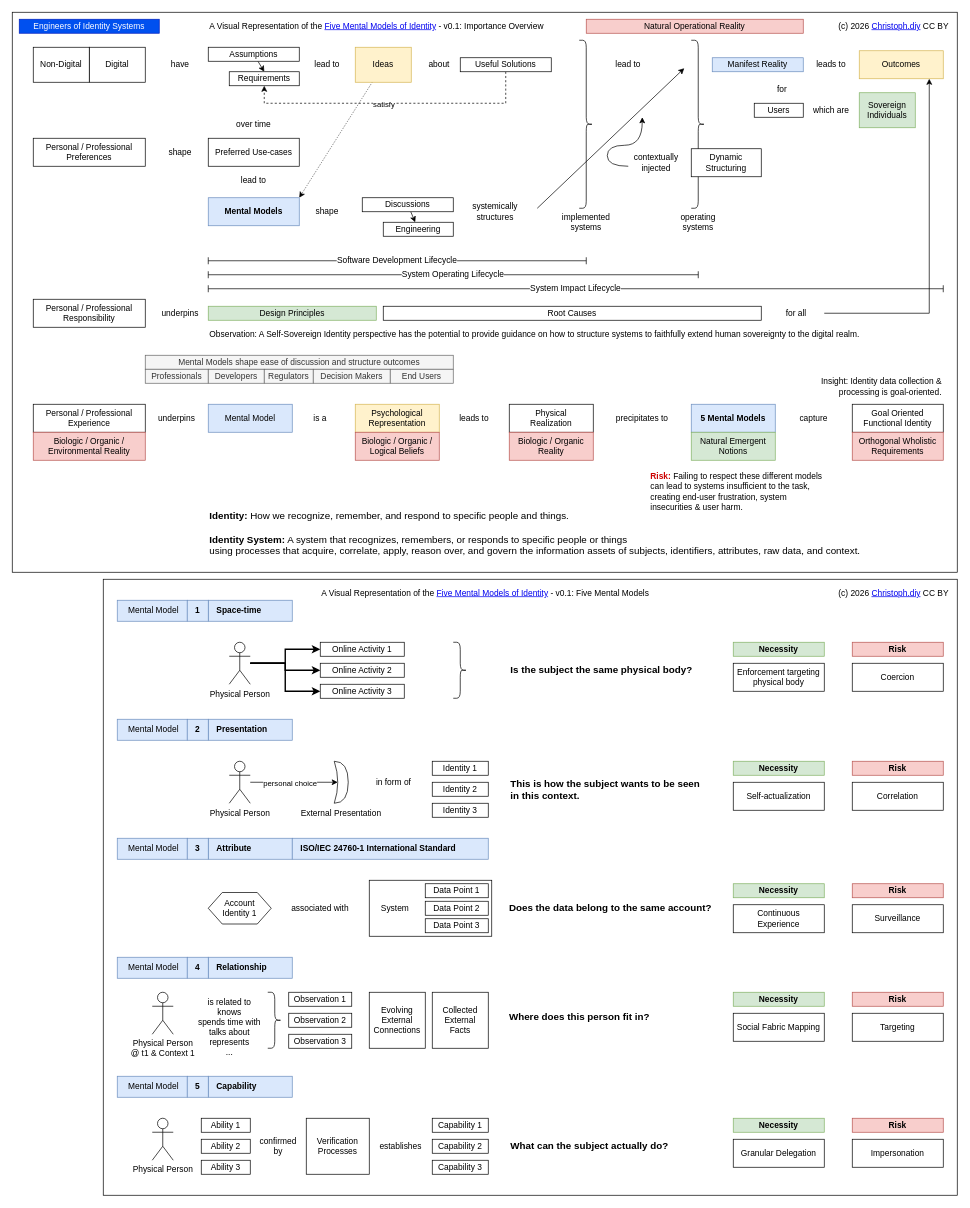
Before: packages/2026-RevisitingSSI/docs/Five Mental Models of Identity.drawio in Stream44/SovereignSubstrate, a draw.io diagram. Source tidied: cells renumbered, new cells numbered last; positions are measured from the earlier drawing's top-left corner, leaving out a move shared by most shapes. Both pictures are drawn from the tidied source at 70%, with x=0, y=0 at pixel (12, 12).
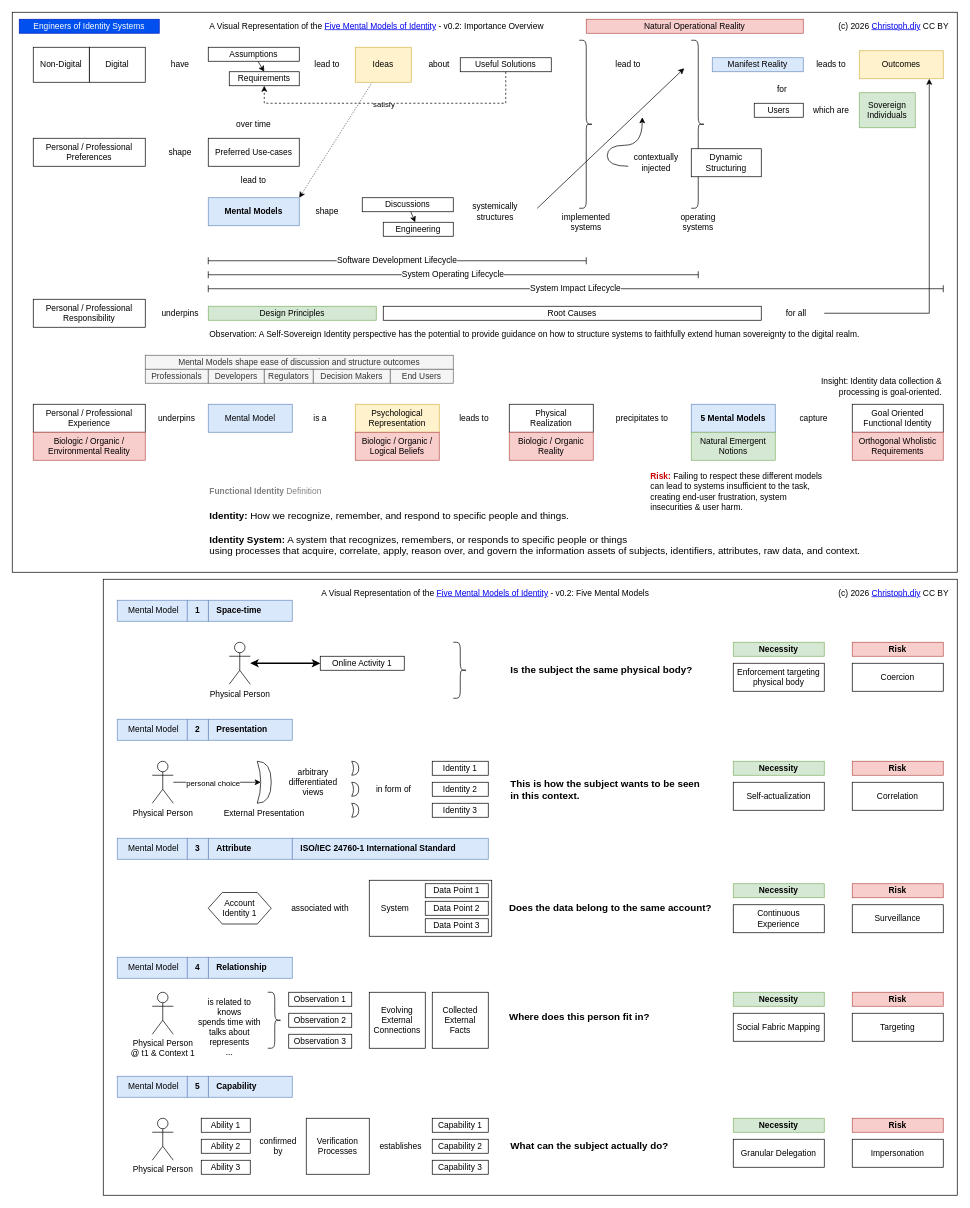
The same page after the edit.

The change refers to these unchanged cells:
```xml
<mxCell id="99" value="Physical Person" style="shape=umlActor;verticalLabelPosition=bottom;verticalAlign=top;html=1;outlineConnect=0;" parent="1" vertex="1">
  <mxGeometry x="310" y="900" width="30" height="60" as="geometry" />
</mxCell>
```

What changed in the source:
```diff
@@
-    <mxCell id="96" style="edgeStyle=orthogonalEdgeStyle;rounded=0;jettySize=auto;html=1;strokeWidth=2;" parent="1" edge="1" source="99" target="100">
+    <mxCell id="96" style="edgeStyle=orthogonalEdgeStyle;rounded=0;jettySize=auto;html=1;strokeWidth=2;startArrow=classic;startFill=1;" parent="1" edge="1" source="99" target="100">
       <mxGeometry relative="1" as="geometry" />
     </mxCell>
-    <mxCell id="97" style="edgeStyle=orthogonalEdgeStyle;rounded=0;jettySize=auto;html=1;strokeWidth=2;" parent="1" edge="1" source="99" target="101">
-      <mxGeometry relative="1" as="geometry" />
-    </mxCell>
-    <mxCell id="98" style="edgeStyle=orthogonalEdgeStyle;rounded=0;jettySize=auto;html=1;strokeWidth=2;" parent="1" edge="1" source="99" target="102">
-      <mxGeometry relative="1" as="geometry" />
-    </mxCell>
@@
     <mxCell id="100" value="Online Activity 1" style="rounded=0;whiteSpace=wrap;html=1;" parent="1" vertex="1">
-      <mxGeometry x="440" y="900" width="120" height="20" as="geometry" />
+      <mxGeometry x="440" y="920" width="120" height="20" as="geometry" />
     </mxCell>
-    <mxCell id="101" value="Online Activity 2" style="rounded=0;whiteSpace=wrap;html=1;" parent="1" vertex="1">
-      <mxGeometry x="440" y="930" width="120" height="20" as="geometry" />
-    </mxCell>
-    <mxCell id="102" value="Online Activity 3" style="rounded=0;whiteSpace=wrap;html=1;" parent="1" vertex="1">
-      <mxGeometry x="440" y="960" width="120" height="20" as="geometry" />
-    </mxCell>
@@
     <mxCell id="109" value="Physical Person" style="shape=umlActor;verticalLabelPosition=bottom;verticalAlign=top;html=1;outlineConnect=0;" parent="1" vertex="1">
-      <mxGeometry x="310" y="1070" width="30" height="60" as="geometry" />
+      <mxGeometry x="200" y="1070" width="30" height="60" as="geometry" />
     </mxCell>
     <mxCell id="110" style="shape=xor;whiteSpace=wrap;html=1;" parent="1" vertex="1">
-      <mxGeometry x="460" y="1070" width="20" height="60" as="geometry" />
+      <mxGeometry x="350" y="1070" width="20" height="60" as="geometry" />
     </mxCell>
     <mxCell id="111" value="External Presentation" style="text;html=1;whiteSpace=wrap;strokeColor=none;fillColor=none;align=center;verticalAlign=middle;rounded=0;" parent="1" vertex="1">
-      <mxGeometry x="400" y="1130" width="140" height="30" as="geometry" />
+      <mxGeometry x="290" y="1129" width="140" height="30" as="geometry" />
     </mxCell>
@@
     <mxCell id="122" value="in form of" style="text;html=1;whiteSpace=wrap;strokeColor=none;fillColor=none;align=center;verticalAlign=middle;rounded=0;" parent="1" vertex="1">
-      <mxGeometry x="500" y="1090" width="90" height="20" as="geometry" />
+      <mxGeometry x="510" y="1100" width="70" height="20" as="geometry" />
     </mxCell>
@@
-    <mxCell id="164" value="A Visual Representation of the &lt;a href=&quot;https://github.com/WebOfTrustInfo/rwot7-toronto/blob/master/final-documents/mental-models.md&quot;&gt;Five Mental Models of Identity&lt;/a&gt;&amp;nbsp;- v0.1: Importance Overview" style="text;html=1;whiteSpace=wrap;strokeColor=none;fillColor=none;align=left;verticalAlign=middle;rounded=0;" parent="1" vertex="1">
+    <mxCell id="164" value="A Visual Representation of the &lt;a href=&quot;https://github.com/WebOfTrustInfo/rwot7-toronto/blob/master/final-documents/mental-models.md&quot;&gt;Five Mental Models of Identity&lt;/a&gt;&amp;nbsp;- v0.2: Importance Overview" style="text;html=1;whiteSpace=wrap;strokeColor=none;fillColor=none;align=left;verticalAlign=middle;rounded=0;" parent="1" vertex="1">
       <mxGeometry x="280" y="10" width="520" height="20" as="geometry" />
     </mxCell>
-    <mxCell id="165" value="A Visual Representation of the &lt;a href=&quot;https://github.com/WebOfTrustInfo/rwot7-toronto/blob/master/final-documents/mental-models.md&quot;&gt;Five Mental Models of Identity&lt;/a&gt;&amp;nbsp;- v0.1: Five Mental Models" style="text;html=1;whiteSpace=wrap;strokeColor=none;fillColor=none;align=left;verticalAlign=middle;rounded=0;" parent="1" vertex="1">
+    <mxCell id="165" value="A Visual Representation of the &lt;a href=&quot;https://github.com/WebOfTrustInfo/rwot7-toronto/blob/master/final-documents/mental-models.md&quot;&gt;Five Mental Models of Identity&lt;/a&gt;&amp;nbsp;- v0.2: Five Mental Models" style="text;html=1;whiteSpace=wrap;strokeColor=none;fillColor=none;align=left;verticalAlign=middle;rounded=0;" parent="1" vertex="1">
       <mxGeometry x="440" y="820" width="610" height="20" as="geometry" />
     </mxCell>
@@
+    <mxCell id="167" value="&lt;b&gt;Functional Identity &lt;/b&gt;Definition" style="text;html=1;whiteSpace=wrap;strokeColor=none;fillColor=none;align=left;verticalAlign=middle;rounded=0;fontColor=#808080;" parent="1" vertex="1">
+      <mxGeometry x="280" y="670" width="190" height="30" as="geometry" />
+    </mxCell>
+    <mxCell id="168" style="shape=xor;whiteSpace=wrap;html=1;" parent="1" vertex="1">
+      <mxGeometry x="485" y="1100" width="10" height="20" as="geometry" />
+    </mxCell>
+    <mxCell id="169" style="shape=xor;whiteSpace=wrap;html=1;" parent="1" vertex="1">
+      <mxGeometry x="485" y="1130" width="10" height="20" as="geometry" />
+    </mxCell>
+    <mxCell id="170" style="shape=xor;whiteSpace=wrap;html=1;" parent="1" vertex="1">
+      <mxGeometry x="485" y="1070" width="10" height="20" as="geometry" />
+    </mxCell>
+    <mxCell id="171" value="arbitrary&lt;br&gt;differentiated&lt;br&gt;views" style="text;html=1;whiteSpace=wrap;strokeColor=none;fillColor=none;align=center;verticalAlign=middle;rounded=0;" parent="1" vertex="1">
+      <mxGeometry x="395" y="1090" width="70" height="20" as="geometry" />
+    </mxCell>
```
